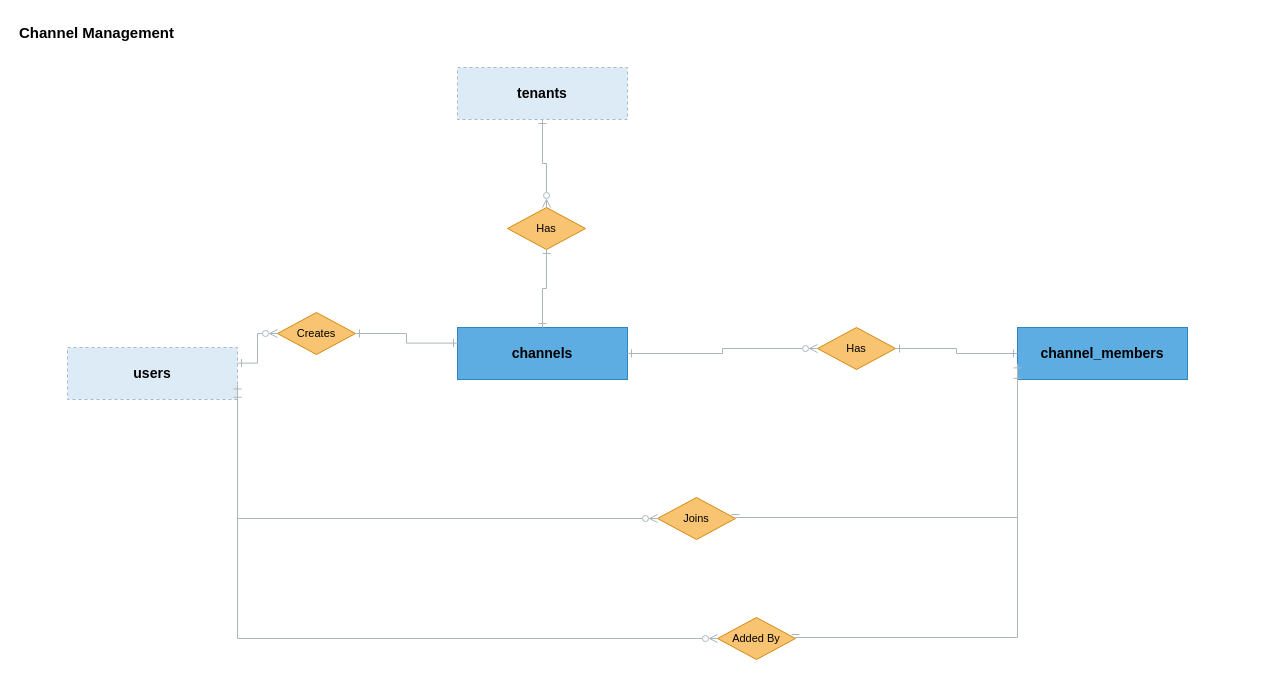
Before: docs/technical/erd/04_channel_erd.drawio in NFMU/app-design, a draw.io diagram. Source tidied: cells renumbered, new cells numbered last; positions are measured from the earlier drawing's top-left corner, leaving out a move shared by most shapes. Both pictures are drawn from the tidied source at 100%, with x=0, y=0 at pixel (17, 17).
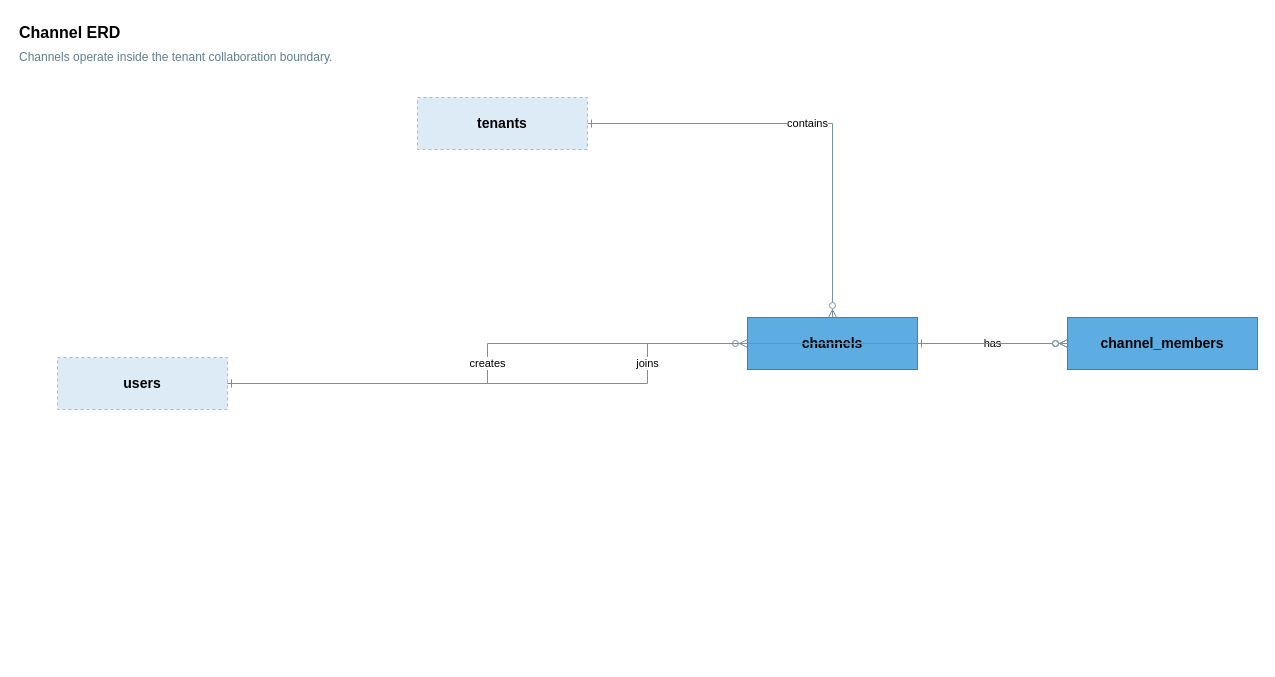
After the change.

The edit, as a diff of the source:
```diff
@@
-    <mxCell id="2" value="Channel Management" style="text;html=1;strokeColor=none;fillColor=none;align=left;verticalAlign=middle;fontSize=15;fontStyle=1;" parent="1" vertex="1">
-      <mxGeometry width="420" height="30" as="geometry" />
-    </mxCell>
+    <mxCell id="22" value="Channel ERD" style="text;html=1;strokeColor=none;fillColor=none;align=left;verticalAlign=middle;fontSize=16;fontStyle=1;" parent="1" vertex="1">
+      <mxGeometry width="820" height="30" as="geometry" />
+    </mxCell>
+    <mxCell id="23" value="Channels operate inside the tenant collaboration boundary." style="text;html=1;strokeColor=none;fillColor=none;align=left;verticalAlign=middle;fontSize=12;fontColor=#607D8B;" parent="1" vertex="1">
+      <mxGeometry y="28" width="980" height="24" as="geometry" />
+    </mxCell>
     <mxCell id="3" value="users" style="rounded=0;whiteSpace=wrap;html=1;fillColor=#DDEBF7;strokeColor=#AAB7C4;dashed=1;fontStyle=1;fontSize=14;" parent="1" vertex="1">
-      <mxGeometry x="50" y="330" width="170" height="52" as="geometry" />
+      <mxGeometry x="40" y="340" width="170" height="52" as="geometry" />
     </mxCell>
     <mxCell id="4" value="tenants" style="rounded=0;whiteSpace=wrap;html=1;fillColor=#DDEBF7;strokeColor=#AAB7C4;dashed=1;fontStyle=1;fontSize=14;" parent="1" vertex="1">
-      <mxGeometry x="440" y="50" width="170" height="52" as="geometry" />
+      <mxGeometry x="400" y="80" width="170" height="52" as="geometry" />
     </mxCell>
     <mxCell id="5" value="channels" style="rounded=0;whiteSpace=wrap;html=1;fillColor=#5DADE2;strokeColor=#2E86C1;fontStyle=1;fontSize=14;" parent="1" vertex="1">
-      <mxGeometry x="440" y="310" width="170" height="52" as="geometry" />
+      <mxGeometry x="730" y="300" width="170" height="52" as="geometry" />
     </mxCell>
-    <mxCell id="6" value="Has" style="rhombus;whiteSpace=wrap;html=1;fillColor=#F8C471;strokeColor=#D68910;fontSize=11;" parent="1" vertex="1">
-      <mxGeometry x="490" y="190" width="78" height="42" as="geometry" />
-    </mxCell>
-    <mxCell id="7" value="Creates" style="rhombus;whiteSpace=wrap;html=1;fillColor=#F8C471;strokeColor=#D68910;fontSize=11;" parent="1" vertex="1">
-      <mxGeometry x="260" y="295" width="78" height="42" as="geometry" />
-    </mxCell>
-    <mxCell id="8" value="Has" style="rhombus;whiteSpace=wrap;html=1;fillColor=#F8C471;strokeColor=#D68910;fontSize=11;" parent="1" vertex="1">
-      <mxGeometry x="800" y="310" width="78" height="42" as="geometry" />
-    </mxCell>
     <mxCell id="9" value="channel_members" style="rounded=0;whiteSpace=wrap;html=1;fillColor=#5DADE2;strokeColor=#2E86C1;fontStyle=1;fontSize=14;" parent="1" vertex="1">
-      <mxGeometry x="1000" y="310" width="170" height="52" as="geometry" />
+      <mxGeometry x="1050" y="300" width="190" height="52" as="geometry" />
     </mxCell>
-    <mxCell id="10" value="Joins" style="rhombus;whiteSpace=wrap;html=1;fillColor=#F8C471;strokeColor=#D68910;fontSize=11;" parent="1" vertex="1">
-      <mxGeometry x="640" y="480" width="78" height="42" as="geometry" />
-    </mxCell>
-    <mxCell id="11" value="Added By" style="rhombus;whiteSpace=wrap;html=1;fillColor=#F8C471;strokeColor=#D68910;fontSize=11;" parent="1" vertex="1">
-      <mxGeometry x="700" y="600" width="78" height="42" as="geometry" />
-    </mxCell>
-    <mxCell id="12" style="edgeStyle=orthogonalEdgeStyle;rounded=0;curved=0;jettySize=auto;html=1;strokeColor=#AAB7B8;startFill=0;endFill=0;startArrow=ERone;endArrow=ERzeroToMany;exitX=0.5;exitY=1;exitDx=0;exitDy=0;entryX=0.5;entryY=0;entryDx=0;entryDy=0;" parent="1" edge="1" source="4" target="6">
-      <mxGeometry relative="1" as="geometry" />
-    </mxCell>
-    <mxCell id="13" style="edgeStyle=orthogonalEdgeStyle;rounded=0;curved=0;jettySize=auto;html=1;strokeColor=#AAB7B8;startFill=0;endFill=0;startArrow=ERone;endArrow=ERone;exitX=0.5;exitY=1;exitDx=0;exitDy=0;entryX=0.5;entryY=0;entryDx=0;entryDy=0;" parent="1" edge="1" source="6" target="5">
-      <mxGeometry relative="1" as="geometry" />
-    </mxCell>
-    <mxCell id="14" style="edgeStyle=orthogonalEdgeStyle;rounded=0;curved=0;jettySize=auto;html=1;strokeColor=#AAB7B8;startFill=0;endFill=0;startArrow=ERone;endArrow=ERzeroToMany;exitX=1;exitY=0.3;exitDx=0;exitDy=0;entryX=0;entryY=0.5;entryDx=0;entryDy=0;" parent="1" edge="1" source="3" target="7">
-      <mxGeometry relative="1" as="geometry" />
-    </mxCell>
-    <mxCell id="15" style="edgeStyle=orthogonalEdgeStyle;rounded=0;curved=0;jettySize=auto;html=1;strokeColor=#AAB7B8;startFill=0;endFill=0;startArrow=ERone;endArrow=ERone;exitX=1;exitY=0.5;exitDx=0;exitDy=0;entryX=0;entryY=0.3;entryDx=0;entryDy=0;" parent="1" edge="1" source="7" target="5">
-      <mxGeometry relative="1" as="geometry" />
-    </mxCell>
-    <mxCell id="16" style="edgeStyle=orthogonalEdgeStyle;rounded=0;curved=0;jettySize=auto;html=1;strokeColor=#AAB7B8;startFill=0;endFill=0;startArrow=ERone;endArrow=ERzeroToMany;exitX=1;exitY=0.5;exitDx=0;exitDy=0;entryX=0;entryY=0.5;entryDx=0;entryDy=0;" parent="1" edge="1" source="5" target="8">
-      <mxGeometry relative="1" as="geometry" />
-    </mxCell>
-    <mxCell id="17" style="edgeStyle=orthogonalEdgeStyle;rounded=0;curved=0;jettySize=auto;html=1;strokeColor=#AAB7B8;startFill=0;endFill=0;startArrow=ERone;endArrow=ERone;exitX=1;exitY=0.5;exitDx=0;exitDy=0;entryX=0;entryY=0.5;entryDx=0;entryDy=0;" parent="1" edge="1" source="8" target="9">
-      <mxGeometry relative="1" as="geometry" />
-    </mxCell>
-    <mxCell id="18" style="edgeStyle=orthogonalEdgeStyle;rounded=0;curved=0;jettySize=auto;html=1;strokeColor=#AAB7B8;startFill=0;endFill=0;startArrow=ERone;endArrow=ERzeroToMany;exitX=1;exitY=0.72;exitDx=0;exitDy=0;entryX=0;entryY=0.5;entryDx=0;entryDy=0;" parent="1" edge="1" source="3" target="10">
-      <mxGeometry relative="1" as="geometry">
-        <Array as="points">
-          <mxPoint x="220" y="501" />
-        </Array>
-      </mxGeometry>
-    </mxCell>
-    <mxCell id="19" style="edgeStyle=orthogonalEdgeStyle;rounded=0;curved=0;jettySize=auto;html=1;strokeColor=#AAB7B8;startFill=0;endFill=0;startArrow=ERone;endArrow=ERone;exitX=1;exitY=0.5;exitDx=0;exitDy=0;entryX=0;entryY=0.7;entryDx=0;entryDy=0;" parent="1" edge="1" source="10" target="9">
-      <mxGeometry relative="1" as="geometry">
-        <Array as="points">
-          <mxPoint x="718" y="500" />
-          <mxPoint x="1000" y="345" />
-        </Array>
-      </mxGeometry>
-    </mxCell>
-    <mxCell id="20" style="edgeStyle=orthogonalEdgeStyle;rounded=0;curved=0;jettySize=auto;html=1;strokeColor=#AAB7B8;startFill=0;endFill=0;startArrow=ERone;endArrow=ERzeroToMany;exitX=1;exitY=0.88;exitDx=0;exitDy=0;entryX=0;entryY=0.5;entryDx=0;entryDy=0;" parent="1" edge="1" source="3" target="11">
-      <mxGeometry relative="1" as="geometry">
-        <Array as="points">
-          <mxPoint x="220" y="621" />
-        </Array>
-      </mxGeometry>
-    </mxCell>
-    <mxCell id="21" style="edgeStyle=orthogonalEdgeStyle;rounded=0;curved=0;jettySize=auto;html=1;strokeColor=#AAB7B8;startFill=0;endFill=0;startArrow=ERone;endArrow=ERone;exitX=1;exitY=0.5;exitDx=0;exitDy=0;entryX=0;entryY=0.9;entryDx=0;entryDy=0;" parent="1" edge="1" source="11" target="9">
-      <mxGeometry relative="1" as="geometry">
-        <Array as="points">
-          <mxPoint x="778" y="620" />
-          <mxPoint x="1000" y="375" />
-        </Array>
-      </mxGeometry>
-    </mxCell>
+    <mxCell id="24" value="contains" style="edgeStyle=orthogonalEdgeStyle;rounded=0;curved=0;jettySize=auto;html=1;strokeColor=#78909C;fontSize=11;labelBackgroundColor=#FFFFFF;startFill=0;endFill=0;startArrow=ERone;endArrow=ERzeroToMany;" parent="1" edge="1" source="4" target="5">
+      <mxGeometry relative="1" as="geometry" />
+    </mxCell>
+    <mxCell id="25" value="has" style="edgeStyle=orthogonalEdgeStyle;rounded=0;curved=0;jettySize=auto;html=1;strokeColor=#78909C;fontSize=11;labelBackgroundColor=#FFFFFF;startFill=0;endFill=0;startArrow=ERone;endArrow=ERzeroToMany;" parent="1" edge="1" source="5" target="9">
+      <mxGeometry relative="1" as="geometry" />
+    </mxCell>
+    <mxCell id="26" value="creates" style="edgeStyle=orthogonalEdgeStyle;rounded=0;curved=0;jettySize=auto;html=1;strokeColor=#78909C;fontSize=11;labelBackgroundColor=#FFFFFF;startFill=0;endFill=0;startArrow=ERone;endArrow=ERzeroToMany;" parent="1" edge="1" source="3" target="5">
+      <mxGeometry relative="1" as="geometry" />
+    </mxCell>
+    <mxCell id="27" value="joins" style="edgeStyle=orthogonalEdgeStyle;rounded=0;curved=0;jettySize=auto;html=1;strokeColor=#78909C;fontSize=11;labelBackgroundColor=#FFFFFF;startFill=0;endFill=0;startArrow=ERone;endArrow=ERzeroToMany;" parent="1" edge="1" source="3" target="9">
+      <mxGeometry relative="1" as="geometry" />
+    </mxCell>
```
